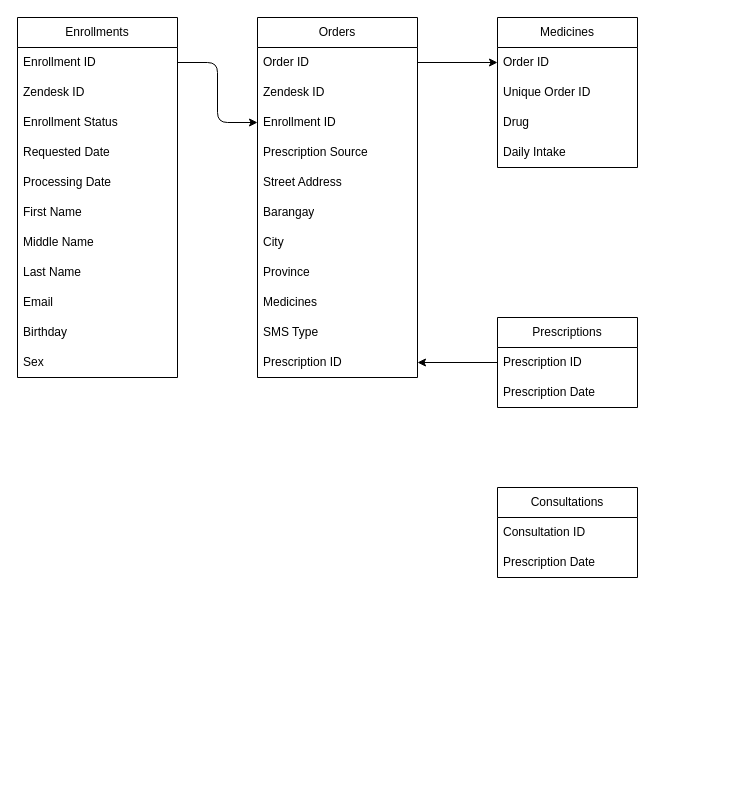
Earlier version of the draw.io diagram Enterprise Pharma/Schema.dio (MedGrocer/diagrams). Source tidied: cells renumbered, new cells numbered last; positions are measured from the earlier drawing's top-left corner, leaving out a move shared by most shapes. Both pictures are drawn from the tidied source at 100%, with x=0, y=0 at pixel (17, 17).
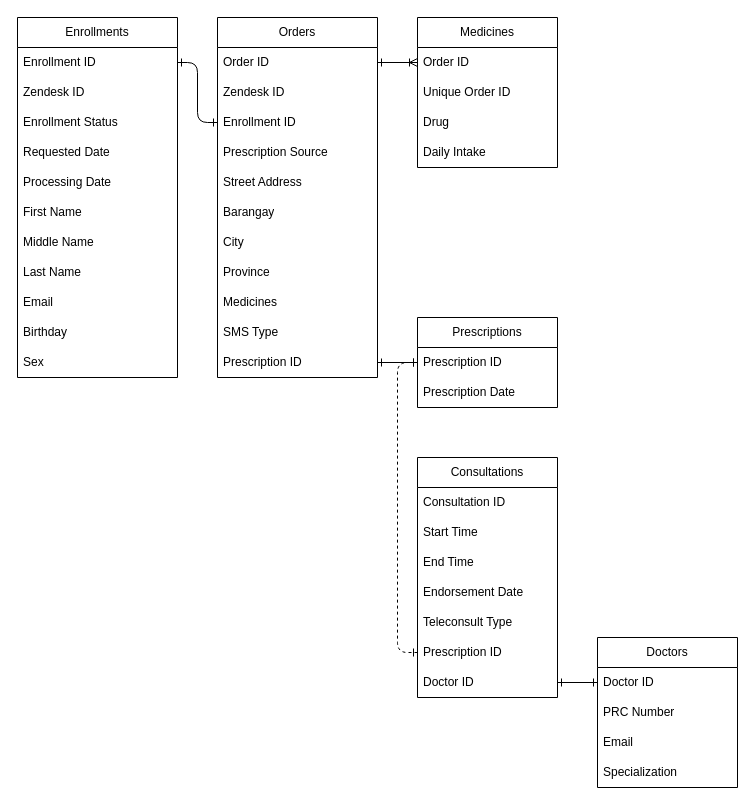
The same diagram, later.

Unchanged cells that the change refers to:
```xml
<mxCell id="4" value="Order ID" style="text;strokeColor=none;fillColor=none;align=left;verticalAlign=middle;spacingLeft=4;spacingRight=4;overflow=hidden;points=[[0,0.5],[1,0.5]];portConstraint=eastwest;whiteSpace=wrap;html=1;" parent="3" vertex="1">
  <mxGeometry y="30" width="160" height="30" as="geometry" />
</mxCell>
<mxCell id="6" value="Enrollment ID" style="text;strokeColor=none;fillColor=none;align=left;verticalAlign=middle;spacingLeft=4;spacingRight=4;overflow=hidden;points=[[0,0.5],[1,0.5]];portConstraint=eastwest;whiteSpace=wrap;html=1;" parent="3" vertex="1">
  <mxGeometry y="90" width="160" height="30" as="geometry" />
</mxCell>
<mxCell id="14" value="Prescription ID" style="text;strokeColor=none;fillColor=none;align=left;verticalAlign=middle;spacingLeft=4;spacingRight=4;overflow=hidden;points=[[0,0.5],[1,0.5]];portConstraint=eastwest;whiteSpace=wrap;html=1;" parent="3" vertex="1">
  <mxGeometry y="330" width="160" height="30" as="geometry" />
</mxCell>
<mxCell id="16" value="Enrollment ID" style="text;strokeColor=none;fillColor=none;align=left;verticalAlign=middle;spacingLeft=4;spacingRight=4;overflow=hidden;points=[[0,0.5],[1,0.5]];portConstraint=eastwest;whiteSpace=wrap;html=1;" parent="15" vertex="1">
  <mxGeometry y="30" width="160" height="30" as="geometry" />
</mxCell>
<mxCell id="30" value="Order ID" style="text;strokeColor=none;fillColor=none;align=left;verticalAlign=middle;spacingLeft=4;spacingRight=4;overflow=hidden;points=[[0,0.5],[1,0.5]];portConstraint=eastwest;whiteSpace=wrap;html=1;" parent="29" vertex="1">
  <mxGeometry y="30" width="140" height="30" as="geometry" />
</mxCell>
<mxCell id="35" value="Prescription ID" style="text;strokeColor=none;fillColor=none;align=left;verticalAlign=middle;spacingLeft=4;spacingRight=4;overflow=hidden;points=[[0,0.5],[1,0.5]];portConstraint=eastwest;whiteSpace=wrap;html=1;" parent="34" vertex="1">
  <mxGeometry y="30" width="140" height="30" as="geometry" />
</mxCell>
```

Change to the diagram source:
```diff
@@
-    <mxCell id="2" style="edgeStyle=orthogonalEdgeStyle;html=1;startArrow=none;startFill=0;endArrow=classic;endFill=1;exitX=1;exitY=0.5;exitDx=0;exitDy=0;entryX=0;entryY=0.5;entryDx=0;entryDy=0;" parent="1" edge="1" source="4" target="30">
+    <mxCell id="2" style="edgeStyle=orthogonalEdgeStyle;html=1;startArrow=ERone;startFill=0;endArrow=ERoneToMany;endFill=0;exitX=1;exitY=0.5;exitDx=0;exitDy=0;entryX=0;entryY=0.5;entryDx=0;entryDy=0;" parent="1" edge="1" source="4" target="30">
       <mxGeometry relative="1" as="geometry" />
     </mxCell>
     <mxCell id="3" value="Orders" style="swimlane;fontStyle=0;horizontal=1;startSize=30;whiteSpace=wrap;html=1;" parent="1" vertex="1">
-      <mxGeometry x="240" width="160" height="360" as="geometry" />
+      <mxGeometry x="200" width="160" height="360" as="geometry" />
     </mxCell>
@@
-    <mxCell id="27" style="edgeStyle=orthogonalEdgeStyle;html=1;exitX=1;exitY=0.5;exitDx=0;exitDy=0;entryX=0;entryY=0.5;entryDx=0;entryDy=0;startArrow=none;startFill=0;endArrow=classic;endFill=1;" parent="1" edge="1" source="16" target="6">
+    <mxCell id="27" style="edgeStyle=orthogonalEdgeStyle;html=1;exitX=1;exitY=0.5;exitDx=0;exitDy=0;entryX=0;entryY=0.5;entryDx=0;entryDy=0;startArrow=ERone;startFill=0;endArrow=ERone;endFill=0;" parent="1" edge="1" source="16" target="6">
       <mxGeometry relative="1" as="geometry" />
     </mxCell>
-    <mxCell id="28" style="edgeStyle=orthogonalEdgeStyle;html=1;startArrow=classic;startFill=1;endArrow=none;endFill=0;entryX=0;entryY=0.5;entryDx=0;entryDy=0;" parent="1" edge="1" source="14" target="35">
+    <mxCell id="28" style="edgeStyle=orthogonalEdgeStyle;html=1;startArrow=ERone;startFill=0;endArrow=ERone;endFill=0;entryX=0;entryY=0.5;entryDx=0;entryDy=0;" parent="1" edge="1" source="14" target="35">
       <mxGeometry relative="1" as="geometry" />
     </mxCell>
     <mxCell id="29" value="Medicines" style="swimlane;fontStyle=0;horizontal=1;startSize=30;whiteSpace=wrap;html=1;" parent="1" vertex="1">
-      <mxGeometry x="480" width="140" height="150" as="geometry" />
+      <mxGeometry x="400" width="140" height="150" as="geometry" />
     </mxCell>
@@
     <mxCell id="34" value="Prescriptions" style="swimlane;fontStyle=0;horizontal=1;startSize=30;whiteSpace=wrap;html=1;" parent="1" vertex="1">
-      <mxGeometry x="480" y="300" width="140" height="90" as="geometry" />
+      <mxGeometry x="400" y="300" width="140" height="90" as="geometry" />
     </mxCell>
@@
     <mxCell id="37" value="Consultations" style="swimlane;fontStyle=0;horizontal=1;startSize=30;whiteSpace=wrap;html=1;" parent="1" vertex="1">
-      <mxGeometry x="480" y="470" width="140" height="90" as="geometry" />
+      <mxGeometry x="400" y="440" width="140" height="240" as="geometry" />
     </mxCell>
@@
+    <mxCell id="40" value="Start Time" style="text;strokeColor=none;fillColor=none;align=left;verticalAlign=middle;spacingLeft=4;spacingRight=4;overflow=hidden;whiteSpace=wrap;html=1;" parent="37" vertex="1">
+      <mxGeometry y="60" width="140" height="30" as="geometry" />
+    </mxCell>
+    <mxCell id="41" value="End Time" style="text;strokeColor=none;fillColor=none;align=left;verticalAlign=middle;spacingLeft=4;spacingRight=4;overflow=hidden;whiteSpace=wrap;html=1;" parent="37" vertex="1">
+      <mxGeometry y="90" width="140" height="30" as="geometry" />
+    </mxCell>
-    <mxCell id="39" value="Prescription Date" style="text;strokeColor=none;fillColor=none;align=left;verticalAlign=middle;spacingLeft=4;spacingRight=4;overflow=hidden;whiteSpace=wrap;html=1;" parent="37" vertex="1">
-      <mxGeometry y="60" width="140" height="30" as="geometry" />
+    <mxCell id="39" value="Endorsement Date" style="text;strokeColor=none;fillColor=none;align=left;verticalAlign=middle;spacingLeft=4;spacingRight=4;overflow=hidden;whiteSpace=wrap;html=1;" parent="37" vertex="1">
+      <mxGeometry y="120" width="140" height="30" as="geometry" />
     </mxCell>
+    <mxCell id="42" value="Teleconsult Type" style="text;strokeColor=none;fillColor=none;align=left;verticalAlign=middle;spacingLeft=4;spacingRight=4;overflow=hidden;whiteSpace=wrap;html=1;" parent="37" vertex="1">
+      <mxGeometry y="150" width="140" height="30" as="geometry" />
+    </mxCell>
+    <mxCell id="43" value="Prescription ID" style="text;strokeColor=none;fillColor=none;align=left;verticalAlign=middle;spacingLeft=4;spacingRight=4;overflow=hidden;points=[[0,0.5],[1,0.5]];portConstraint=eastwest;whiteSpace=wrap;html=1;" parent="37" vertex="1">
+      <mxGeometry y="180" width="140" height="30" as="geometry" />
+    </mxCell>
+    <mxCell id="44" value="Doctor ID" style="text;strokeColor=none;fillColor=none;align=left;verticalAlign=middle;spacingLeft=4;spacingRight=4;overflow=hidden;points=[[0,0.5],[1,0.5]];portConstraint=eastwest;whiteSpace=wrap;html=1;" parent="37" vertex="1">
+      <mxGeometry y="210" width="140" height="30" as="geometry" />
+    </mxCell>
+    <mxCell id="45" value="Doctors" style="swimlane;fontStyle=0;horizontal=1;startSize=30;whiteSpace=wrap;html=1;" parent="1" vertex="1">
+      <mxGeometry x="580" y="620" width="140" height="150" as="geometry" />
+    </mxCell>
+    <mxCell id="46" value="Doctor ID" style="text;strokeColor=none;fillColor=none;align=left;verticalAlign=middle;spacingLeft=4;spacingRight=4;overflow=hidden;points=[[0,0.5],[1,0.5]];portConstraint=eastwest;whiteSpace=wrap;html=1;" parent="45" vertex="1">
+      <mxGeometry y="30" width="140" height="30" as="geometry" />
+    </mxCell>
+    <mxCell id="47" value="PRC Number" style="text;strokeColor=none;fillColor=none;align=left;verticalAlign=middle;spacingLeft=4;spacingRight=4;overflow=hidden;whiteSpace=wrap;html=1;" parent="45" vertex="1">
+      <mxGeometry y="60" width="140" height="30" as="geometry" />
+    </mxCell>
+    <mxCell id="48" value="Email" style="text;strokeColor=none;fillColor=none;align=left;verticalAlign=middle;spacingLeft=4;spacingRight=4;overflow=hidden;whiteSpace=wrap;html=1;" parent="45" vertex="1">
+      <mxGeometry y="90" width="140" height="30" as="geometry" />
+    </mxCell>
+    <mxCell id="49" value="Specialization" style="text;strokeColor=none;fillColor=none;align=left;verticalAlign=middle;spacingLeft=4;spacingRight=4;overflow=hidden;whiteSpace=wrap;html=1;" parent="45" vertex="1">
+      <mxGeometry y="120" width="140" height="30" as="geometry" />
+    </mxCell>
+    <mxCell id="50" style="edgeStyle=orthogonalEdgeStyle;html=1;exitX=0;exitY=0.5;exitDx=0;exitDy=0;endArrow=ERone;endFill=0;startArrow=ERone;startFill=0;" parent="1" edge="1" source="46" target="44">
+      <mxGeometry relative="1" as="geometry" />
+    </mxCell>
+    <mxCell id="51" style="edgeStyle=orthogonalEdgeStyle;html=1;entryX=0;entryY=0.5;entryDx=0;entryDy=0;startArrow=ERone;startFill=0;endArrow=ERone;endFill=0;dashed=1;" parent="1" edge="1" source="43" target="35">
+      <mxGeometry relative="1" as="geometry">
+        <Array as="points">
+          <mxPoint x="380" y="635" />
+          <mxPoint x="380" y="345" />
+        </Array>
+      </mxGeometry>
+    </mxCell>
```
